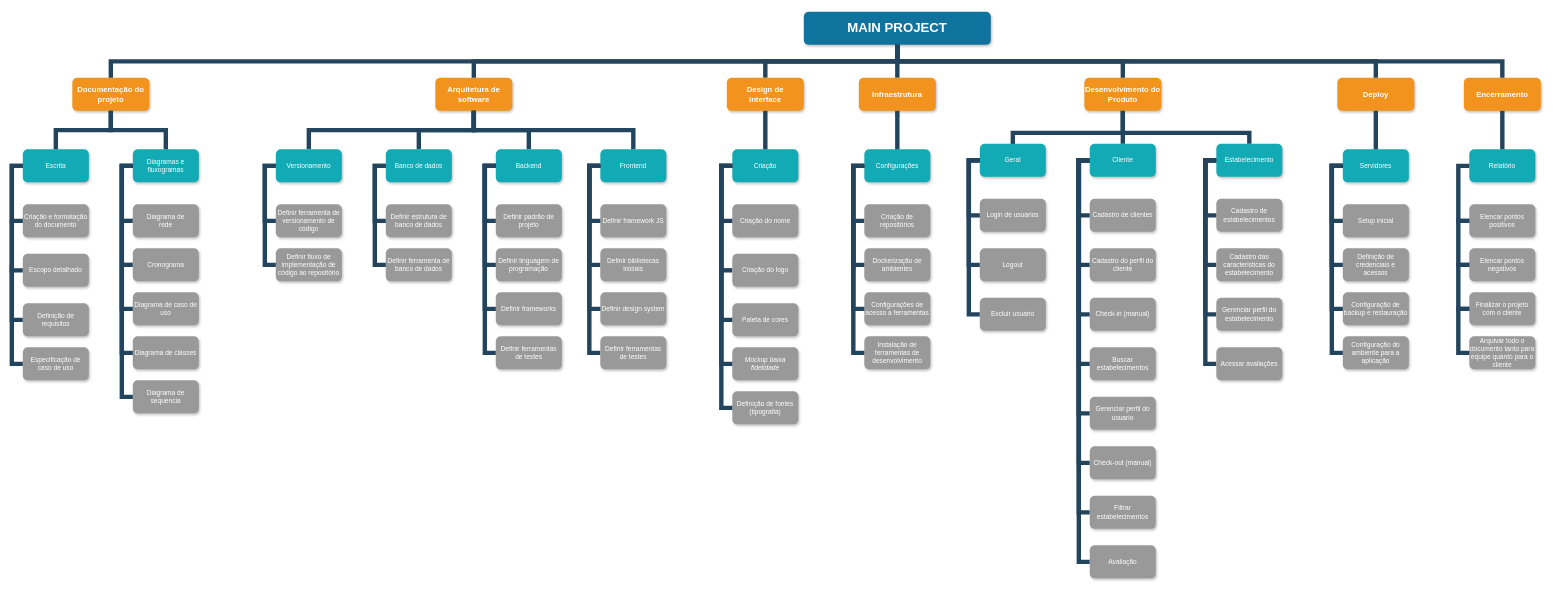
Earlier version of the draw.io diagram page "Page-1" (1 of 2) of diagrams/eap-v3.drawio (jmsalmeida/pfc-files). Source tidied: cells renumbered, new cells numbered last; positions are measured from the earlier drawing's top-left corner, leaving out a move shared by most shapes. Both pictures are drawn from the tidied source at 55%, with x=0, y=0 at pixel (12, 12).
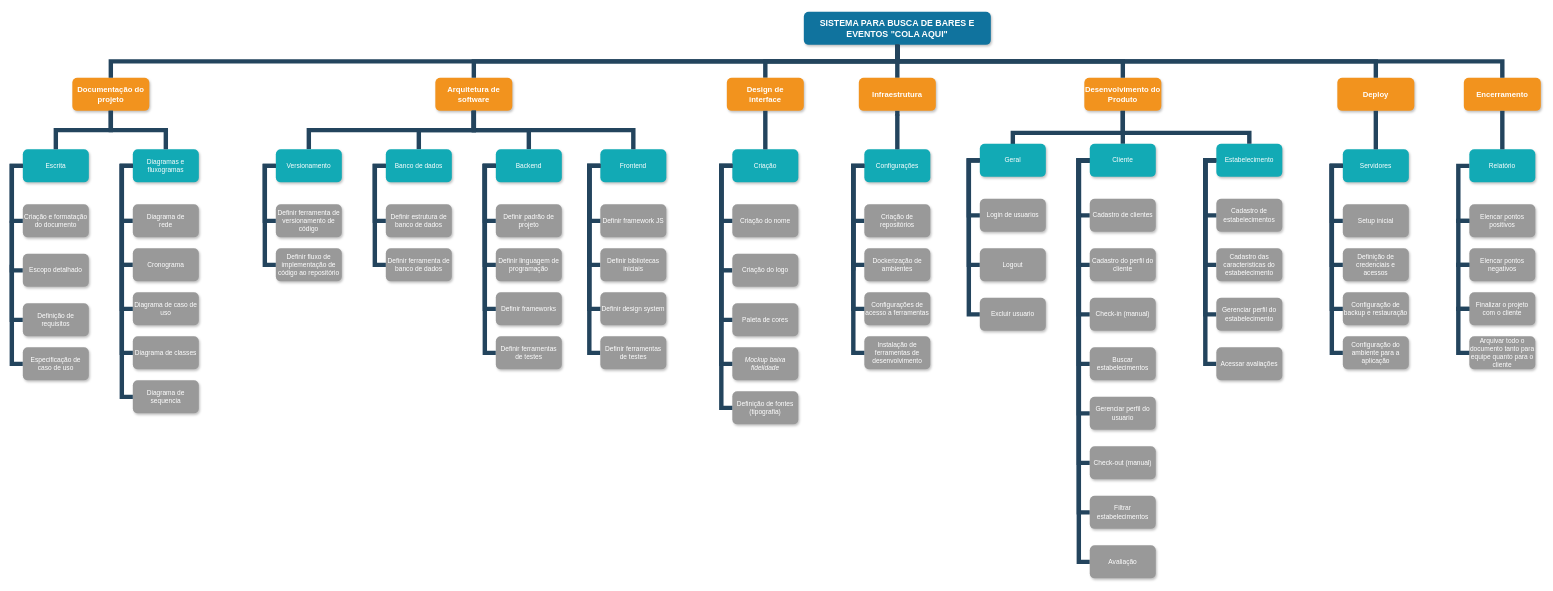
After the change.

Commit message (it also covers changes not shown here):
Update EAP and generate PDF

What changed in the source:
```diff
@@
-    <mxCell id="3" value="MAIN PROJECT" style="whiteSpace=wrap;rounded=1;shadow=1;fillColor=#10739E;strokeColor=none;fontColor=#FFFFFF;fontStyle=1;fontSize=24;" parent="1" vertex="1">
+    <mxCell id="3" value="SISTEMA PARA BUSCA DE BARES E EVENTOS &quot;COLA AQUI&quot;" style="whiteSpace=wrap;rounded=1;shadow=1;fillColor=#10739E;strokeColor=none;fontColor=#FFFFFF;fontStyle=1;fontSize=16;" parent="1" vertex="1">
       <mxGeometry x="1440" width="340" height="60" as="geometry" />
     </mxCell>
```
